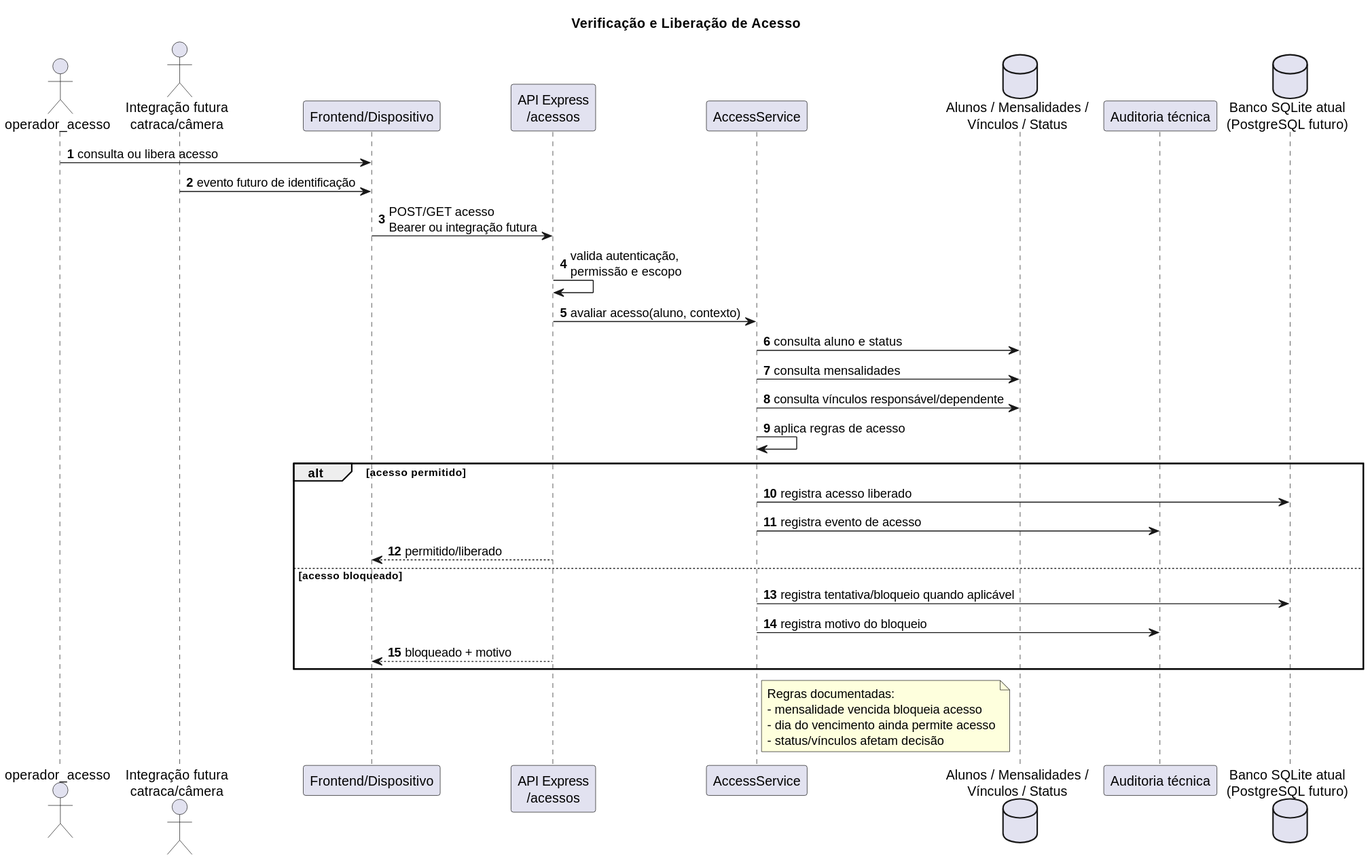
Above: docs/uml/svg/sources/04-sequencia-acesso.svg in pxdroarth/gym-system (PlantUML), before the change.
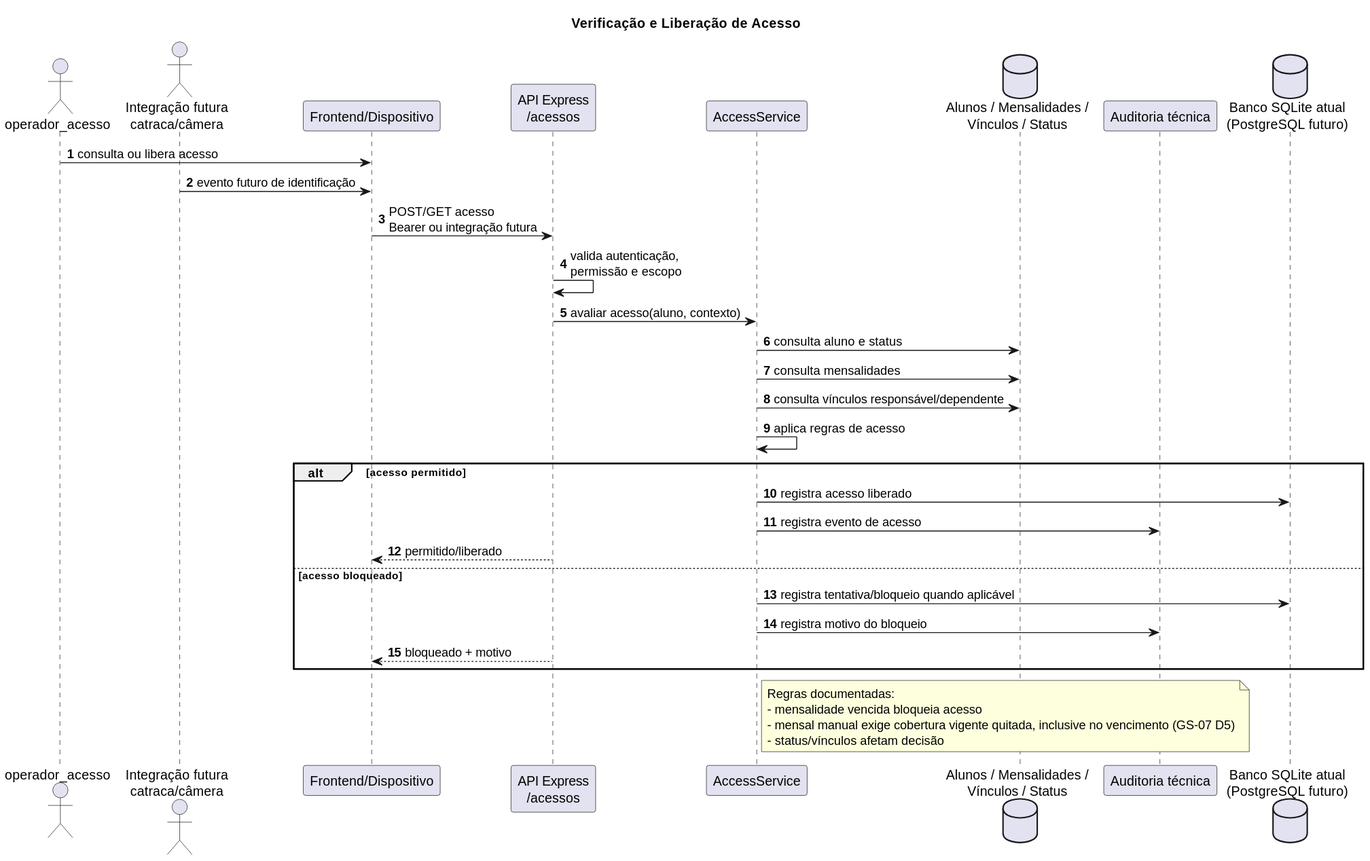
After the commit.

Change to the diagram source:
```diff
@@ -35,7 +35,7 @@
 note right of Access
 Regras documentadas:
 - mensalidade vencida bloqueia acesso
-- dia do vencimento ainda permite acesso
+- mensal manual exige cobertura vigente quitada, inclusive no vencimento (GS-07 D5)
 - status/vínculos afetam decisão
 end note
 @enduml
```
